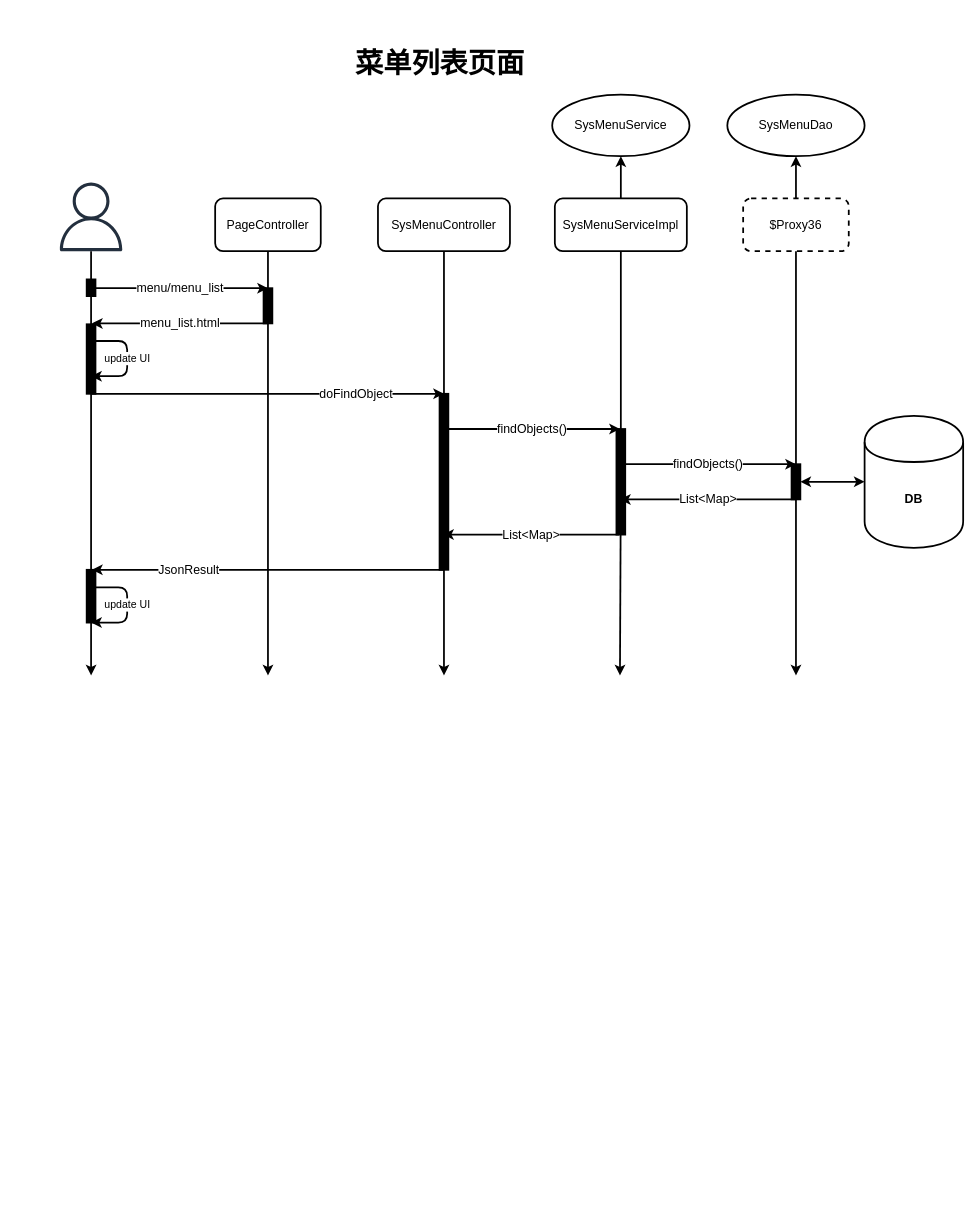
The draw.io diagram page "菜单列表展示页面" (1 of 2) of src/main/resources/未命名表单.drawio in Mark-Lee-AK/dongba-admin-tedu, before the edit. Source tidied: cells renumbered, new cells numbered last; positions are measured from the earlier drawing's top-left corner, leaving out a move shared by most shapes. Both pictures are drawn from the tidied source at 88%, with x=0, y=0 at pixel (56, 15).
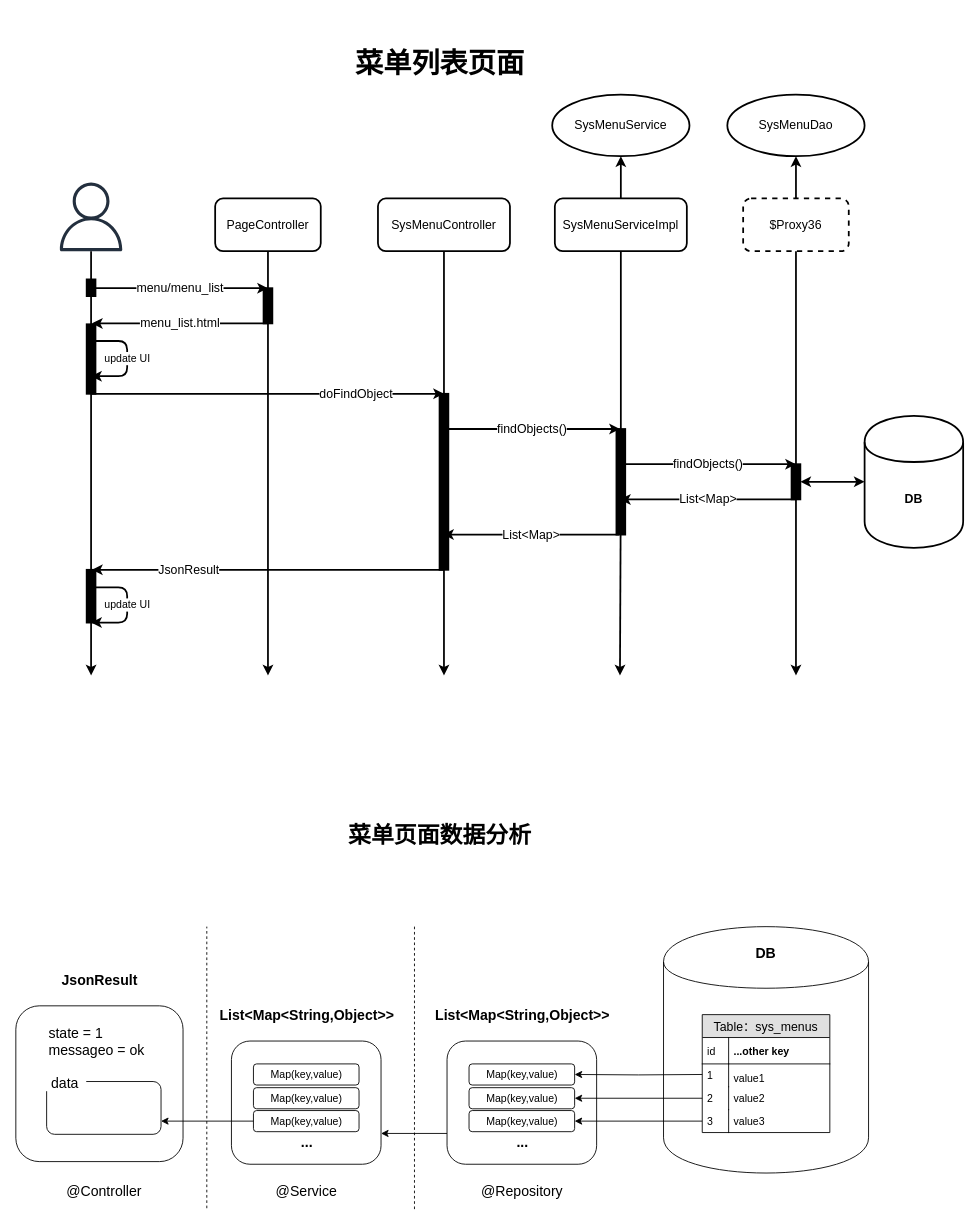
The same page after the edit.

What changed in the source:
```diff
@@
+    <mxCell id="43" value="&lt;h2 style=&quot;margin-left: 28.35pt; text-indent: -28.35pt; line-height: 172%; font-size: 26px;&quot;&gt;&lt;span style=&quot;font-size: 26px;&quot;&gt;菜单页面数据分析&lt;/span&gt;&lt;/h2&gt;" style="text;html=1;align=center;verticalAlign=middle;fontFamily=Helvetica;fontSize=26;" parent="1" vertex="1">
+      <mxGeometry x="325" y="887" width="220" height="90" as="geometry" />
+    </mxCell>
+    <mxCell id="44" style="shape=cylinder;whiteSpace=wrap;html=1;boundedLbl=1;backgroundOutline=1;fontFamily=Helvetica;" parent="1" vertex="1">
+      <mxGeometry x="689.5" y="1035.5" width="233" height="280" as="geometry" />
+    </mxCell>
+    <mxCell id="45" value="Table：sys_menus" style="swimlane;fontStyle=0;horizontal=1;startSize=26;fillColor=#e0e0e0;swimlaneFillColor=#ffffff;align=center;fontSize=14;" parent="1" vertex="1">
+      <mxGeometry x="733.5" y="1135.5" width="145" height="134" as="geometry" />
+    </mxCell>
+    <mxCell id="46" value="...other key" style="shape=partialRectangle;top=0;left=0;right=0;bottom=1;align=left;verticalAlign=middle;fillColor=none;spacingLeft=34;spacingRight=4;overflow=hidden;fontStyle=1;fontSize=12;" parent="45" vertex="1">
+      <mxGeometry y="26" width="145" height="30" as="geometry" />
+    </mxCell>
+    <mxCell id="47" value="id" style="shape=partialRectangle;top=0;left=0;bottom=0;fillColor=none;align=left;verticalAlign=middle;spacingLeft=4;spacingRight=4;overflow=hidden;fontSize=12;" parent="46" vertex="1">
+      <mxGeometry width="30" height="30" as="geometry" />
+    </mxCell>
+    <mxCell id="48" value="value1" style="shape=partialRectangle;top=0;left=0;right=0;bottom=0;align=left;verticalAlign=bottom;fillColor=none;spacingLeft=34;spacingRight=4;overflow=hidden;fontSize=12;" parent="45" vertex="1">
+      <mxGeometry y="56" width="145" height="26" as="geometry" />
+    </mxCell>
+    <mxCell id="49" value="1" style="shape=partialRectangle;top=0;left=0;bottom=0;fillColor=none;align=left;verticalAlign=top;spacingLeft=4;spacingRight=4;overflow=hidden;fontSize=12;" parent="48" vertex="1">
+      <mxGeometry width="30" height="26" as="geometry" />
+    </mxCell>
+    <mxCell id="50" value="value2" style="shape=partialRectangle;top=0;left=0;right=0;bottom=0;align=left;verticalAlign=top;fillColor=none;spacingLeft=34;spacingRight=4;overflow=hidden;points=[[0,0.5],[1,0.5]];portConstraint=eastwest;fontSize=12;" parent="45" vertex="1">
+      <mxGeometry y="82" width="145" height="26" as="geometry" />
+    </mxCell>
+    <mxCell id="51" value="2" style="shape=partialRectangle;top=0;left=0;bottom=0;fillColor=none;align=left;verticalAlign=top;spacingLeft=4;spacingRight=4;overflow=hidden;fontSize=12;" parent="50" vertex="1">
+      <mxGeometry width="30" height="26" as="geometry" />
+    </mxCell>
+    <mxCell id="52" value="value3" style="shape=partialRectangle;top=0;left=0;right=0;bottom=0;align=left;verticalAlign=top;fillColor=none;spacingLeft=34;spacingRight=4;overflow=hidden;points=[[0,0.5],[1,0.5]];portConstraint=eastwest;fontSize=12;" parent="45" vertex="1">
+      <mxGeometry y="108" width="145" height="26" as="geometry" />
+    </mxCell>
+    <mxCell id="53" value="3" style="shape=partialRectangle;top=0;left=0;bottom=0;fillColor=none;align=left;verticalAlign=top;spacingLeft=4;spacingRight=4;overflow=hidden;fontSize=12;" parent="52" vertex="1">
+      <mxGeometry width="30" height="26" as="geometry" />
+    </mxCell>
+    <mxCell id="54" style="edgeStyle=orthogonalEdgeStyle;rounded=0;jettySize=auto;html=1;exitX=0;exitY=0.75;exitDx=0;exitDy=0;entryX=1;entryY=0.75;entryDx=0;entryDy=0;startArrow=none;startFill=0;endArrow=classic;endFill=1;fontFamily=Helvetica;fontSize=16;" parent="1" edge="1" source="55" target="64">
+      <mxGeometry relative="1" as="geometry" />
+    </mxCell>
+    <mxCell id="55" style="rounded=1;whiteSpace=wrap;html=1;fontFamily=Helvetica;comic=0;" parent="1" vertex="1">
+      <mxGeometry x="443.5" y="1165.5" width="170" height="140" as="geometry" />
+    </mxCell>
+    <mxCell id="56" value="Map(key,value)" style="rounded=1;whiteSpace=wrap;html=1;fontFamily=Helvetica;" parent="1" vertex="1">
+      <mxGeometry x="468.5" y="1244.5" width="120" height="24" as="geometry" />
+    </mxCell>
+    <mxCell id="57" style="edgeStyle=orthogonalEdgeStyle;rounded=0;jettySize=auto;html=1;entryX=1;entryY=0.5;entryDx=0;entryDy=0;fontFamily=Helvetica;" parent="1" edge="1" source="52" target="56">
+      <mxGeometry relative="1" as="geometry" />
+    </mxCell>
+    <mxCell id="58" style="edgeStyle=orthogonalEdgeStyle;rounded=0;jettySize=auto;html=1;fontFamily=Helvetica;startArrow=classic;startFill=1;endArrow=none;endFill=0;" parent="1" edge="1" source="59" target="50">
+      <mxGeometry relative="1" as="geometry" />
+    </mxCell>
+    <mxCell id="59" value="Map(key,value)" style="rounded=1;whiteSpace=wrap;html=1;fontFamily=Helvetica;" parent="1" vertex="1">
+      <mxGeometry x="468.5" y="1218.5" width="120" height="24" as="geometry" />
+    </mxCell>
+    <mxCell id="60" value="Map(key,value)" style="rounded=1;whiteSpace=wrap;html=1;fontFamily=Helvetica;" parent="1" vertex="1">
+      <mxGeometry x="468.5" y="1191.5" width="120" height="24" as="geometry" />
+    </mxCell>
+    <mxCell id="61" style="edgeStyle=orthogonalEdgeStyle;rounded=0;jettySize=auto;html=1;entryX=1;entryY=0.5;entryDx=0;entryDy=0;fontFamily=Helvetica;" parent="1" edge="1" target="60">
+      <mxGeometry relative="1" as="geometry">
+        <mxPoint x="733.5" y="1203.5" as="sourcePoint" />
+      </mxGeometry>
+    </mxCell>
+    <mxCell id="62" value="..." style="text;html=1;align=center;verticalAlign=middle;fontFamily=Helvetica;fontSize=16;fontStyle=1;" parent="1" vertex="1">
+      <mxGeometry x="513.5" y="1269.5" width="30" height="20" as="geometry" />
+    </mxCell>
+    <mxCell id="63" value="List&amp;lt;Map&amp;lt;String,Object&amp;gt;&amp;gt;" style="text;html=1;align=center;verticalAlign=middle;fontSize=16;fontFamily=Helvetica;fontStyle=1;" parent="1" vertex="1">
+      <mxGeometry x="423.5" y="1125.5" width="210" height="20" as="geometry" />
+    </mxCell>
+    <mxCell id="64" style="rounded=1;whiteSpace=wrap;html=1;fontFamily=Helvetica;" parent="1" vertex="1">
+      <mxGeometry x="198.5" y="1165.5" width="170" height="140" as="geometry" />
+    </mxCell>
+    <mxCell id="65" value="Map(key,value)" style="rounded=1;whiteSpace=wrap;html=1;fontFamily=Helvetica;" parent="1" vertex="1">
+      <mxGeometry x="223.5" y="1244.5" width="120" height="24" as="geometry" />
+    </mxCell>
+    <mxCell id="66" value="Map(key,value)" style="rounded=1;whiteSpace=wrap;html=1;fontFamily=Helvetica;" parent="1" vertex="1">
+      <mxGeometry x="223.5" y="1218.5" width="120" height="24" as="geometry" />
+    </mxCell>
+    <mxCell id="67" value="Map(key,value)" style="rounded=1;whiteSpace=wrap;html=1;fontFamily=Helvetica;" parent="1" vertex="1">
+      <mxGeometry x="223.5" y="1191.5" width="120" height="24" as="geometry" />
+    </mxCell>
+    <mxCell id="68" value="..." style="text;html=1;align=center;verticalAlign=middle;fontFamily=Helvetica;fontSize=16;fontStyle=1;" parent="1" vertex="1">
+      <mxGeometry x="268.5" y="1269.5" width="30" height="20" as="geometry" />
+    </mxCell>
+    <mxCell id="69" value="List&amp;lt;Map&amp;lt;String,Object&amp;gt;&amp;gt;" style="text;html=1;align=center;verticalAlign=middle;fontSize=16;fontFamily=Helvetica;fontStyle=1;" parent="1" vertex="1">
+      <mxGeometry x="178.5" y="1125.5" width="210" height="20" as="geometry" />
+    </mxCell>
+    <mxCell id="70" style="rounded=1;whiteSpace=wrap;html=1;fontFamily=Helvetica;fontSize=16;" parent="1" vertex="1">
+      <mxGeometry x="-46.5" y="1125.5" width="190" height="177" as="geometry" />
+    </mxCell>
+    <mxCell id="71" value="state = 1&lt;br&gt;messageo = ok" style="text;html=1;strokeColor=none;fillColor=none;align=left;verticalAlign=middle;whiteSpace=wrap;rounded=0;fontFamily=Helvetica;fontSize=16;" parent="1" vertex="1">
+      <mxGeometry x="-11.5" y="1155.5" width="175" height="20" as="geometry" />
+    </mxCell>
+    <mxCell id="72" style="rounded=1;whiteSpace=wrap;html=1;fontFamily=Helvetica;fontSize=16;align=left;" parent="1" vertex="1">
+      <mxGeometry x="-11.5" y="1211.5" width="130" height="60" as="geometry" />
+    </mxCell>
+    <mxCell id="73" value="data" style="text;html=1;align=center;verticalAlign=middle;fontSize=16;fontFamily=Helvetica;fillColor=#FFFFFF;" parent="1" vertex="1">
+      <mxGeometry x="-16.5" y="1202.5" width="50" height="20" as="geometry" />
+    </mxCell>
+    <mxCell id="74" style="endArrow=classic;html=1;fontFamily=Helvetica;fontSize=16;exitX=0;exitY=0.5;exitDx=0;exitDy=0;entryX=1;entryY=0.75;entryDx=0;entryDy=0;" parent="1" edge="1" source="65" target="72">
+      <mxGeometry relative="1" as="geometry" />
+    </mxCell>
+    <mxCell id="75" value="JsonResult" style="text;html=1;strokeColor=none;fillColor=none;align=center;verticalAlign=middle;whiteSpace=wrap;rounded=0;fontFamily=Helvetica;fontSize=16;fontStyle=1;" parent="1" vertex="1">
+      <mxGeometry x="28.5" y="1085.5" width="40" height="20" as="geometry" />
+    </mxCell>
+    <mxCell id="76" value="DB" style="text;html=1;strokeColor=none;fillColor=none;align=center;verticalAlign=middle;whiteSpace=wrap;rounded=0;fontFamily=Helvetica;fontSize=16;fontStyle=1;" parent="1" vertex="1">
+      <mxGeometry x="786" y="1055.5" width="40" height="20" as="geometry" />
+    </mxCell>
+    <mxCell id="77" style="endArrow=none;dashed=1;html=1;fontFamily=Helvetica;fontSize=16;" parent="1" edge="1">
+      <mxGeometry relative="1" as="geometry">
+        <mxPoint x="170.5" y="1355.5" as="sourcePoint" />
+        <mxPoint x="170.5" y="1035.5" as="targetPoint" />
+      </mxGeometry>
+    </mxCell>
+    <mxCell id="78" style="endArrow=none;dashed=1;html=1;fontFamily=Helvetica;fontSize=16;" parent="1" edge="1">
+      <mxGeometry relative="1" as="geometry">
+        <mxPoint x="406.5" y="1356.5" as="sourcePoint" />
+        <mxPoint x="406.5" y="1035.5" as="targetPoint" />
+      </mxGeometry>
+    </mxCell>
+    <mxCell id="79" value="@Repository" style="text;html=1;strokeColor=none;fillColor=none;align=center;verticalAlign=middle;whiteSpace=wrap;rounded=0;fontFamily=Helvetica;fontSize=16;" parent="1" vertex="1">
+      <mxGeometry x="508.5" y="1325.5" width="40" height="20" as="geometry" />
+    </mxCell>
+    <mxCell id="80" value="@Service" style="text;html=1;strokeColor=none;fillColor=none;align=center;verticalAlign=middle;whiteSpace=wrap;rounded=0;fontFamily=Helvetica;fontSize=16;" parent="1" vertex="1">
+      <mxGeometry x="263.5" y="1325.5" width="40" height="20" as="geometry" />
+    </mxCell>
+    <mxCell id="81" value="@Controller" style="text;html=1;strokeColor=none;fillColor=none;align=center;verticalAlign=middle;whiteSpace=wrap;rounded=0;fontFamily=Helvetica;fontSize=16;" parent="1" vertex="1">
+      <mxGeometry x="33.5" y="1325.5" width="40" height="20" as="geometry" />
+    </mxCell>
```
